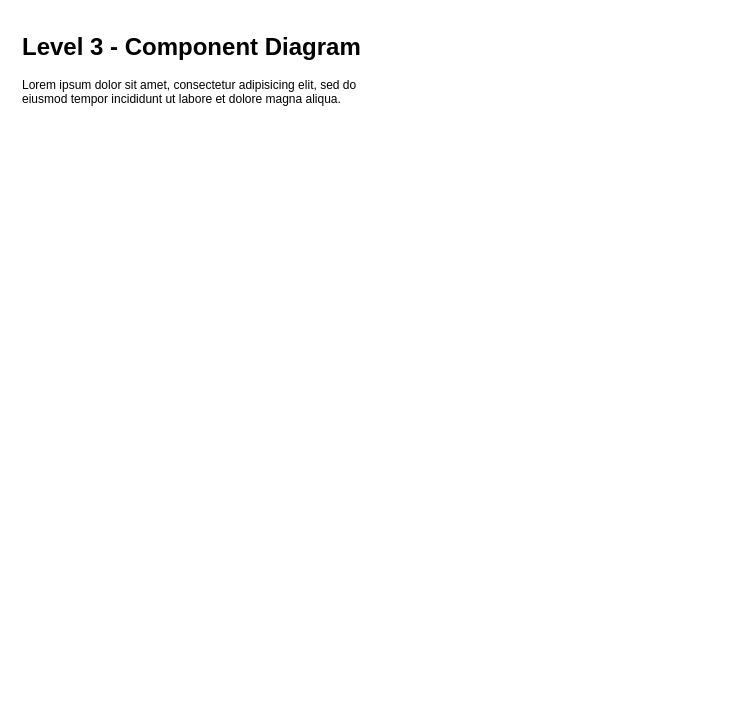
Before: documentation/Level 3 - Component Diagram.drawio in CorndelWithSoftwire/DevOps-Course-Starter, a draw.io diagram. Source tidied: cells renumbered, new cells numbered last; positions are measured from the earlier drawing's top-left corner, leaving out a move shared by most shapes. Both pictures are drawn from the tidied source at 100%, with x=0, y=0 at pixel (17, 27).
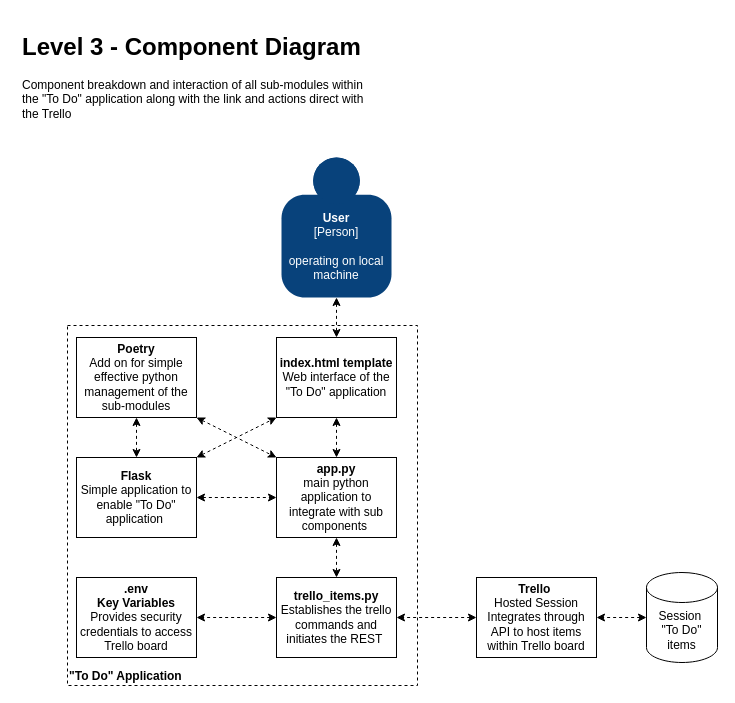
The same page after the edit.

Diff of the diagram source:
```diff
@@
+    <mxCell id="3" value="&quot;To Do&quot; Application" style="rounded=0;whiteSpace=wrap;html=1;fillColor=none;dashed=1;align=left;verticalAlign=bottom;fontStyle=1;" parent="1" vertex="1">
+      <mxGeometry x="50" y="298" width="350" height="360" as="geometry" />
+    </mxCell>
-    <mxCell id="2" value="&lt;h1&gt;Level 3 - Component Diagram&lt;/h1&gt;&lt;p&gt;Lorem ipsum dolor sit amet, consectetur adipisicing elit, sed do eiusmod tempor incididunt ut labore et dolore magna aliqua.&lt;/p&gt;" style="text;html=1;strokeColor=none;fillColor=none;spacing=5;spacingTop=-20;whiteSpace=wrap;overflow=hidden;rounded=0;" parent="1" vertex="1">
+    <mxCell id="2" value="&lt;h1&gt;Level 3 - Component Diagram&lt;/h1&gt;&lt;p&gt;Component breakdown and interaction of all sub-modules within the &quot;To Do&quot; application along with the link and actions direct with the Trello&lt;/p&gt;" style="text;html=1;strokeColor=none;fillColor=none;spacing=5;spacingTop=-20;whiteSpace=wrap;overflow=hidden;rounded=0;" parent="1" vertex="1">
       <mxGeometry width="360" height="120" as="geometry" />
     </mxCell>
+    <mxCell id="4" value="&lt;b&gt;app.py&lt;/b&gt;&lt;br&gt;main python application to integrate with sub components&amp;nbsp;" style="rounded=0;whiteSpace=wrap;html=1;" parent="1" vertex="1">
+      <mxGeometry x="259" y="430" width="120" height="80" as="geometry" />
+    </mxCell>
+    <mxCell id="5" value="&lt;b&gt;trello_items.py&lt;/b&gt;&lt;br&gt;Establishes the trello commands and initiates the REST&amp;nbsp;" style="rounded=0;whiteSpace=wrap;html=1;" parent="1" vertex="1">
+      <mxGeometry x="259" y="550" width="120" height="80" as="geometry" />
+    </mxCell>
+    <mxCell id="6" value="&lt;b&gt;index.html template&lt;/b&gt;&lt;br&gt;Web interface of the &quot;To Do&quot; application" style="rounded=0;whiteSpace=wrap;html=1;" parent="1" vertex="1">
+      <mxGeometry x="259" y="310" width="120" height="80" as="geometry" />
+    </mxCell>
+    <mxCell id="7" value="&lt;b&gt;Poetry&lt;/b&gt;&lt;br&gt;Add on for simple effective python management of the sub-modules" style="rounded=0;whiteSpace=wrap;html=1;" parent="1" vertex="1">
+      <mxGeometry x="59" y="310" width="120" height="80" as="geometry" />
+    </mxCell>
+    <mxCell id="8" value="&lt;b&gt;.env&lt;br&gt;Key Variables&lt;/b&gt;&lt;br&gt;Provides security credentials to access Trello board" style="rounded=0;whiteSpace=wrap;html=1;" parent="1" vertex="1">
+      <mxGeometry x="59" y="550" width="120" height="80" as="geometry" />
+    </mxCell>
+    <mxCell id="9" value="&lt;b&gt;Trello&lt;/b&gt;&amp;nbsp;&lt;br&gt;Hosted Session&lt;br&gt;Integrates through API to host items within Trello board" style="rounded=0;whiteSpace=wrap;html=1;" parent="1" vertex="1">
+      <mxGeometry x="459" y="550" width="120" height="80" as="geometry" />
+    </mxCell>
+    <mxCell id="10" value="Session&amp;nbsp;&lt;br&gt;&quot;To Do&quot; items" style="shape=cylinder3;whiteSpace=wrap;html=1;boundedLbl=1;backgroundOutline=1;size=15;" parent="1" vertex="1">
+      <mxGeometry x="629" y="545" width="71" height="90" as="geometry" />
+    </mxCell>
+    <mxCell id="11" value="&lt;b&gt;Flask&lt;/b&gt;&lt;br&gt;Simple application to enable &quot;To Do&quot; application&amp;nbsp;" style="rounded=0;whiteSpace=wrap;html=1;" parent="1" vertex="1">
+      <mxGeometry x="59" y="430" width="120" height="80" as="geometry" />
+    </mxCell>
+    <object id="12" label="&lt;b&gt;%c4Name%&lt;/b&gt;&lt;div&gt;[%c4Type%]&lt;/div&gt;&lt;br&gt;&lt;div&gt;%c4Description%&lt;/div&gt;" c4Description="operating on local machine" c4Name="User" c4Type="Person" placeholders="1">
+      <mxCell style="html=1;dashed=0;whitespace=wrap;fillColor=#08427b;strokeColor=none;fontColor=#ffffff;shape=mxgraph.c4.person;align=center;points=[[0.5,0,0],[1,0.5,0],[1,0.75,0],[0.75,1,0],[0.5,1,0],[0.25,1,0],[0,0.75,0],[0,0.5,0]];metaData={&quot;c4Type&quot;:{&quot;editable&quot;:false}};whiteSpace=wrap;" parent="1" vertex="1">
+        <mxGeometry x="264" y="130" width="110" height="140" as="geometry" />
+      </mxCell>
+    </object>
+    <mxCell id="13" style="endArrow=classic;startArrow=classic;html=1;entryX=0;entryY=0.5;entryDx=0;entryDy=0;dashed=1;exitX=1;exitY=0.5;exitDx=0;exitDy=0;" parent="1" edge="1" source="11" target="4">
+      <mxGeometry relative="1" as="geometry" />
+    </mxCell>
+    <mxCell id="14" style="endArrow=classic;startArrow=classic;html=1;exitX=0.5;exitY=1;exitDx=0;exitDy=0;exitPerimeter=0;entryX=0.5;entryY=0;entryDx=0;entryDy=0;dashed=1;" parent="1" edge="1" source="12" target="6">
+      <mxGeometry relative="1" as="geometry" />
+    </mxCell>
+    <mxCell id="15" style="endArrow=classic;startArrow=classic;html=1;entryX=0;entryY=0;entryDx=0;entryDy=0;exitX=1;exitY=1;exitDx=0;exitDy=0;dashed=1;" parent="1" edge="1" source="7" target="4">
+      <mxGeometry relative="1" as="geometry" />
+    </mxCell>
+    <mxCell id="16" style="endArrow=classic;startArrow=classic;html=1;dashed=1;exitX=0.5;exitY=1;exitDx=0;exitDy=0;entryX=0.5;entryY=0;entryDx=0;entryDy=0;" parent="1" edge="1" source="7" target="11">
+      <mxGeometry relative="1" as="geometry" />
+    </mxCell>
+    <mxCell id="17" style="endArrow=classic;startArrow=classic;html=1;dashed=1;exitX=0.5;exitY=1;exitDx=0;exitDy=0;entryX=0.5;entryY=0;entryDx=0;entryDy=0;" parent="1" edge="1" source="6" target="4">
+      <mxGeometry relative="1" as="geometry" />
+    </mxCell>
+    <mxCell id="18" style="endArrow=classic;startArrow=classic;html=1;dashed=1;exitX=0.5;exitY=1;exitDx=0;exitDy=0;entryX=0.5;entryY=0;entryDx=0;entryDy=0;" parent="1" edge="1" source="4" target="5">
+      <mxGeometry relative="1" as="geometry" />
+    </mxCell>
+    <mxCell id="19" style="endArrow=classic;startArrow=classic;html=1;dashed=1;entryX=1;entryY=0.5;entryDx=0;entryDy=0;" parent="1" edge="1" source="5" target="8">
+      <mxGeometry relative="1" as="geometry" />
+    </mxCell>
+    <mxCell id="20" style="endArrow=classic;startArrow=classic;html=1;dashed=1;entryX=1;entryY=0.5;entryDx=0;entryDy=0;exitX=0;exitY=0.5;exitDx=0;exitDy=0;" parent="1" edge="1" source="9" target="5">
+      <mxGeometry relative="1" as="geometry" />
+    </mxCell>
+    <mxCell id="21" style="endArrow=classic;startArrow=classic;html=1;dashed=1;entryX=1;entryY=0.5;entryDx=0;entryDy=0;exitX=0;exitY=0.5;exitDx=0;exitDy=0;exitPerimeter=0;" parent="1" edge="1" source="10" target="9">
+      <mxGeometry relative="1" as="geometry" />
+    </mxCell>
+    <mxCell id="22" style="endArrow=classic;startArrow=classic;html=1;entryX=0;entryY=1;entryDx=0;entryDy=0;dashed=1;exitX=1;exitY=0;exitDx=0;exitDy=0;" parent="1" edge="1" source="11" target="6">
+      <mxGeometry relative="1" as="geometry" />
+    </mxCell>
```
